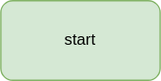
Before: format_handling.svg, a diagram exported from draw.io (davehypercodes/printf). Source tidied: cells renumbered, new cells last; positions are measured from the earlier drawing's top-left corner, leaving out a move shared by most shapes.
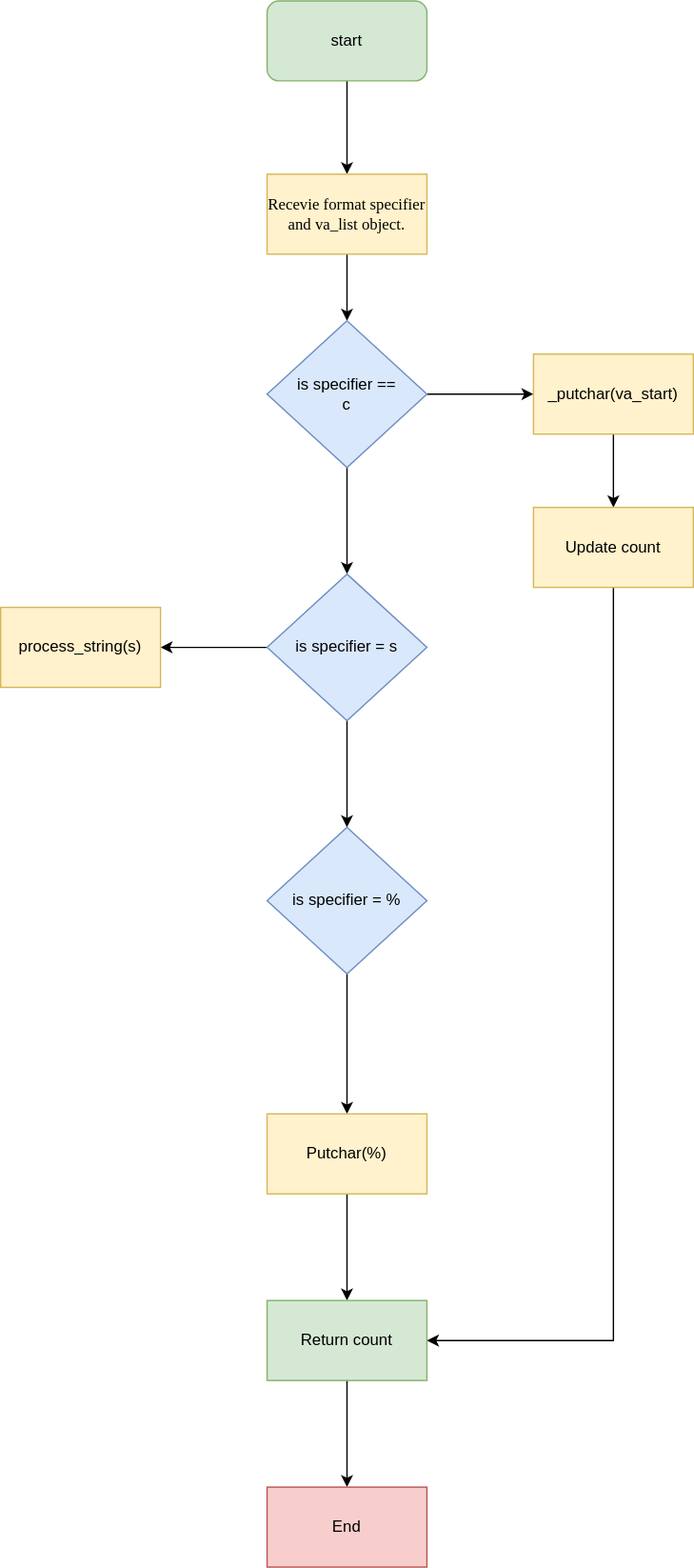
The same file after the commit.

Diff of the diagram source:
```diff
@@ -2,8 +2,75 @@
   <root>
     <mxCell id="0" />
     <mxCell id="1" parent="0" />
+    <mxCell id="3" style="edgeStyle=orthogonalEdgeStyle;rounded=0;jettySize=auto;html=1;" parent="1" edge="1" source="2" target="5">
+      <mxGeometry relative="1" as="geometry" />
+    </mxCell>
     <mxCell id="2" value="start" style="rounded=1;whiteSpace=wrap;html=1;fillColor=#d5e8d4;strokeColor=#82b366;" parent="1" vertex="1">
       <mxGeometry width="120" height="60" as="geometry" />
     </mxCell>
+    <mxCell id="4" style="edgeStyle=orthogonalEdgeStyle;rounded=0;jettySize=auto;html=1;" parent="1" edge="1" source="5" target="8">
+      <mxGeometry relative="1" as="geometry" />
+    </mxCell>
+    <mxCell id="5" value="&lt;font face=&quot;Comic Sans MS&quot;&gt;Recevie format specifier and va_list object.&lt;/font&gt;" style="rounded=0;whiteSpace=wrap;html=1;fillColor=#fff2cc;strokeColor=#d6b656;" parent="1" vertex="1">
+      <mxGeometry y="130" width="120" height="60" as="geometry" />
+    </mxCell>
+    <mxCell id="6" style="edgeStyle=orthogonalEdgeStyle;rounded=0;jettySize=auto;html=1;" parent="1" edge="1" source="8" target="11">
+      <mxGeometry relative="1" as="geometry" />
+    </mxCell>
+    <mxCell id="7" style="edgeStyle=orthogonalEdgeStyle;rounded=0;jettySize=auto;html=1;" parent="1" edge="1" source="8" target="15">
+      <mxGeometry relative="1" as="geometry" />
+    </mxCell>
+    <mxCell id="8" value="is specifier ==&lt;br&gt;c" style="rhombus;whiteSpace=wrap;html=1;fillColor=#dae8fc;strokeColor=#6c8ebf;rounded=0;" parent="1" vertex="1">
+      <mxGeometry y="240" width="120" height="110" as="geometry" />
+    </mxCell>
+    <mxCell id="9" style="edgeStyle=orthogonalEdgeStyle;rounded=0;jettySize=auto;html=1;" parent="1" edge="1" source="11" target="13">
+      <mxGeometry relative="1" as="geometry" />
+    </mxCell>
+    <mxCell id="10" style="edgeStyle=orthogonalEdgeStyle;rounded=0;jettySize=auto;html=1;" parent="1" edge="1" source="11" target="18">
+      <mxGeometry relative="1" as="geometry" />
+    </mxCell>
+    <mxCell id="11" value="is specifier = s" style="rhombus;whiteSpace=wrap;html=1;fillColor=#dae8fc;strokeColor=#6c8ebf;rounded=0;" parent="1" vertex="1">
+      <mxGeometry y="430" width="120" height="110" as="geometry" />
+    </mxCell>
+    <mxCell id="12" style="edgeStyle=orthogonalEdgeStyle;rounded=0;jettySize=auto;html=1;" parent="1" edge="1" source="13" target="20">
+      <mxGeometry relative="1" as="geometry" />
+    </mxCell>
+    <mxCell id="13" value="is specifier = %" style="rhombus;whiteSpace=wrap;html=1;fillColor=#dae8fc;strokeColor=#6c8ebf;rounded=0;" parent="1" vertex="1">
+      <mxGeometry y="620" width="120" height="110" as="geometry" />
+    </mxCell>
+    <mxCell id="14" style="edgeStyle=orthogonalEdgeStyle;rounded=0;jettySize=auto;html=1;" parent="1" edge="1" source="15" target="17">
+      <mxGeometry relative="1" as="geometry" />
+    </mxCell>
+    <mxCell id="15" value="_putchar(va_start)" style="whiteSpace=wrap;html=1;fillColor=#fff2cc;strokeColor=#d6b656;rounded=0;" parent="1" vertex="1">
+      <mxGeometry x="200" y="265" width="120" height="60" as="geometry" />
+    </mxCell>
+    <mxCell id="16" style="edgeStyle=orthogonalEdgeStyle;rounded=0;jettySize=auto;html=1;entryX=1;entryY=0.5;entryDx=0;entryDy=0;" parent="1" edge="1" source="17" target="22">
+      <mxGeometry relative="1" as="geometry">
+        <Array as="points">
+          <mxPoint x="260" y="1005" />
+        </Array>
+      </mxGeometry>
+    </mxCell>
+    <mxCell id="17" value="Update count" style="whiteSpace=wrap;html=1;fillColor=#fff2cc;strokeColor=#d6b656;rounded=0;" parent="1" vertex="1">
+      <mxGeometry x="200" y="380" width="120" height="60" as="geometry" />
+    </mxCell>
+    <mxCell id="18" value="process_string(s)" style="whiteSpace=wrap;html=1;fillColor=#fff2cc;strokeColor=#d6b656;rounded=0;" parent="1" vertex="1">
+      <mxGeometry x="-200" y="455" width="120" height="60" as="geometry" />
+    </mxCell>
+    <mxCell id="19" style="edgeStyle=orthogonalEdgeStyle;rounded=0;jettySize=auto;html=1;" parent="1" edge="1" source="20" target="22">
+      <mxGeometry relative="1" as="geometry" />
+    </mxCell>
+    <mxCell id="20" value="Putchar(%)" style="whiteSpace=wrap;html=1;fillColor=#fff2cc;strokeColor=#d6b656;rounded=0;" parent="1" vertex="1">
+      <mxGeometry y="835" width="120" height="60" as="geometry" />
+    </mxCell>
+    <mxCell id="21" style="edgeStyle=orthogonalEdgeStyle;rounded=0;jettySize=auto;html=1;" parent="1" edge="1" source="22" target="23">
+      <mxGeometry relative="1" as="geometry" />
+    </mxCell>
+    <mxCell id="22" value="Return count" style="whiteSpace=wrap;html=1;fillColor=#d5e8d4;strokeColor=#82b366;rounded=0;" parent="1" vertex="1">
+      <mxGeometry y="975" width="120" height="60" as="geometry" />
+    </mxCell>
+    <mxCell id="23" value="End" style="whiteSpace=wrap;html=1;fillColor=#f8cecc;strokeColor=#b85450;rounded=0;" parent="1" vertex="1">
+      <mxGeometry y="1115" width="120" height="60" as="geometry" />
+    </mxCell>
   </root>
 </mxGraphModel>
```
